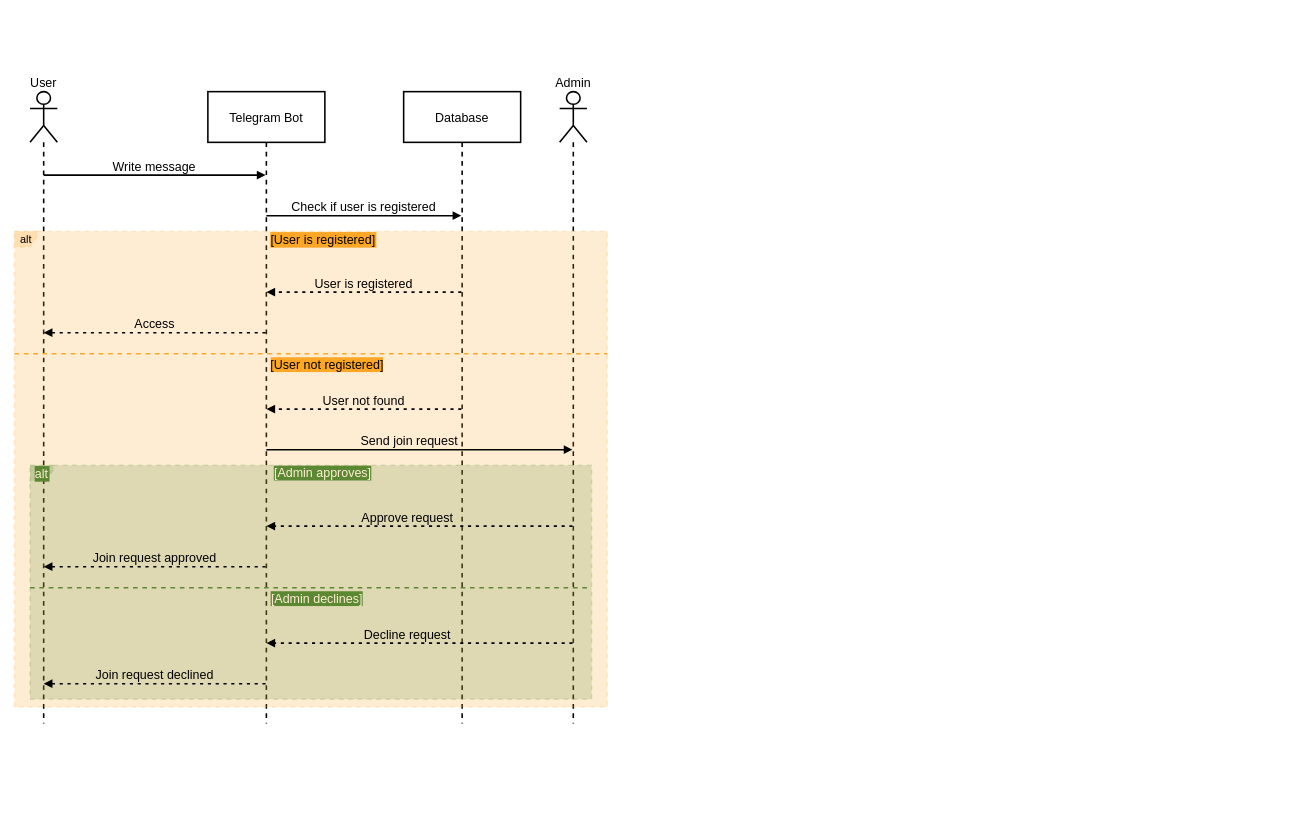
The draw.io diagram page "Sequences" (3 of 5) of Diagrams/Diagrams.drawio in kamen4/SmartCactus, before the edit. Source tidied: cells renumbered, new cells numbered last; positions are measured from the earlier drawing's top-left corner, leaving out a move shared by most shapes. Both pictures are drawn from the tidied source at 78%, with x=0, y=0 at pixel (14, 91).
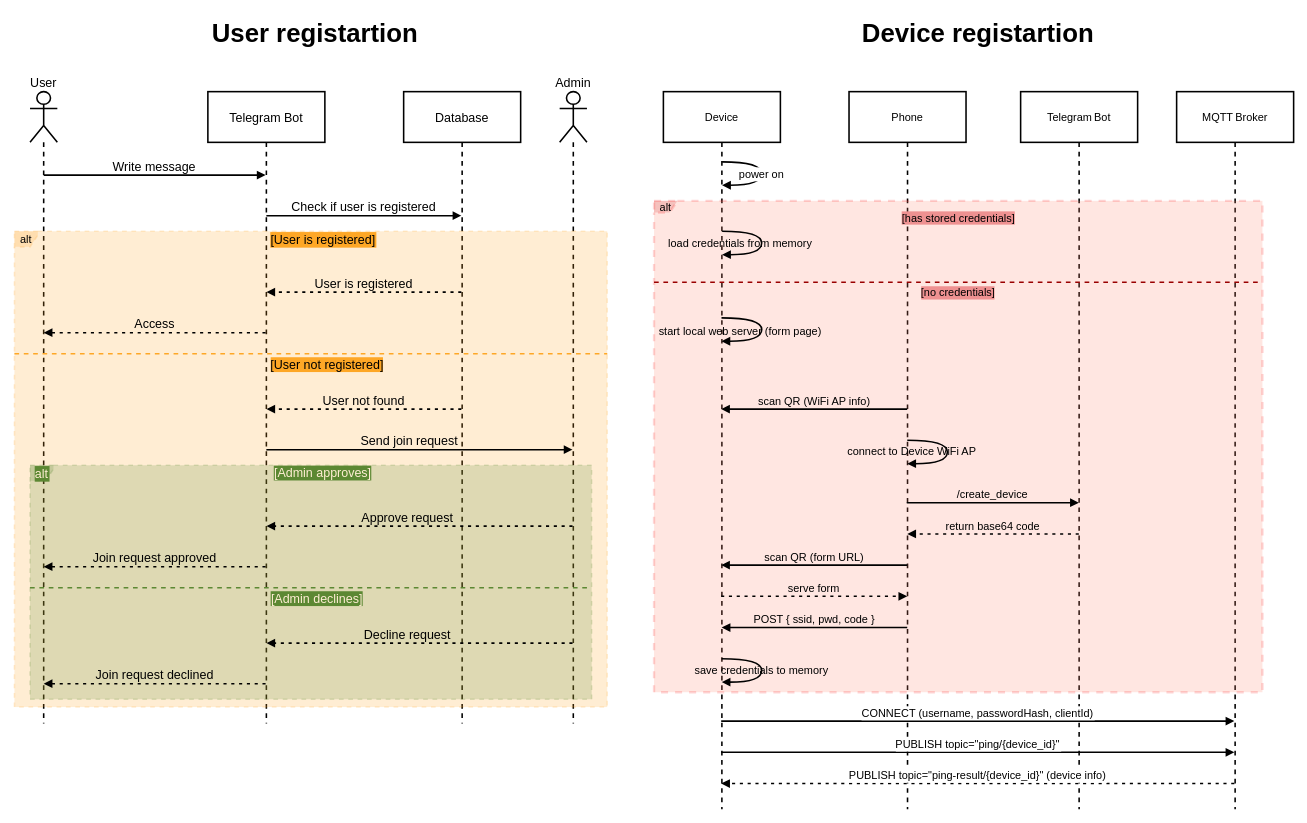
The same diagram, later.

Commit message (it also covers changes not shown here):
FIX config Save/Load

Change to the diagram source:
```diff
@@
+    <mxCell id="22" value="&lt;b&gt;&lt;font style=&quot;font-size: 33px;&quot;&gt;User registartion&lt;/font&gt;&lt;/b&gt;" style="text;html=1;align=center;verticalAlign=middle;strokeColor=none;fillColor=none;" parent="1" vertex="1">
+      <mxGeometry x="240" y="-100" width="290" height="50" as="geometry" />
+    </mxCell>
+    <mxCell id="23" value="&lt;b&gt;&lt;font style=&quot;font-size: 33px;&quot;&gt;Device registartion&lt;/font&gt;&lt;/b&gt;" style="text;html=1;align=center;verticalAlign=middle;strokeColor=none;fillColor=none;" parent="1" vertex="1">
+      <mxGeometry x="1075" y="-100" width="320" height="50" as="geometry" />
+    </mxCell>
+    <mxCell id="24" value="Device" style="shape=umlLifeline;perimeter=lifelinePerimeter;whiteSpace=wrap;newEdgeStyle={&quot;edgeStyle&quot;:&quot;elbowEdgeStyle&quot;,&quot;elbow&quot;:&quot;vertical&quot;,&quot;curved&quot;:0,&quot;rounded&quot;:0};size=65;strokeWidth=2;fontSize=14;fontStyle=0;" parent="1" vertex="1">
+      <mxGeometry x="832" width="150" height="920" as="geometry" />
+    </mxCell>
+    <mxCell id="25" value="Phone" style="shape=umlLifeline;perimeter=lifelinePerimeter;whiteSpace=wrap;newEdgeStyle={&quot;edgeStyle&quot;:&quot;elbowEdgeStyle&quot;,&quot;elbow&quot;:&quot;vertical&quot;,&quot;curved&quot;:0,&quot;rounded&quot;:0};size=65;strokeWidth=2;fontSize=14;fontStyle=0;" parent="1" vertex="1">
+      <mxGeometry x="1070" width="150" height="920" as="geometry" />
+    </mxCell>
+    <mxCell id="26" value="Telegram Bot" style="shape=umlLifeline;perimeter=lifelinePerimeter;whiteSpace=wrap;newEdgeStyle={&quot;edgeStyle&quot;:&quot;elbowEdgeStyle&quot;,&quot;elbow&quot;:&quot;vertical&quot;,&quot;curved&quot;:0,&quot;rounded&quot;:0};size=65;strokeWidth=2;fontSize=14;fontStyle=0;" parent="1" vertex="1">
+      <mxGeometry x="1290" width="150" height="920" as="geometry" />
+    </mxCell>
+    <mxCell id="27" value="MQTT Broker" style="shape=umlLifeline;perimeter=lifelinePerimeter;whiteSpace=wrap;newEdgeStyle={&quot;edgeStyle&quot;:&quot;elbowEdgeStyle&quot;,&quot;elbow&quot;:&quot;vertical&quot;,&quot;curved&quot;:0,&quot;rounded&quot;:0};size=65;strokeWidth=2;fontSize=14;fontStyle=0;" parent="1" vertex="1">
+      <mxGeometry x="1490" width="150" height="920" as="geometry" />
+    </mxCell>
+    <mxCell id="28" style="group;" parent="1" vertex="1">
+      <mxGeometry x="820" y="90" width="780" height="797" as="geometry" />
+    </mxCell>
+    <mxCell id="29" value="alt" style="shape=umlFrame;dashed=1;height=15;width=30;strokeWidth=3;fontSize=14;fontStyle=0;fillColor=light-dark(#cd2d2d, #36210a);strokeColor=light-dark(#fb2d2d, #ededed);swimlaneFillColor=#FF8368;opacity=20;" parent="28" vertex="1">
+      <mxGeometry y="50" width="780" height="630" as="geometry" />
+    </mxCell>
+    <mxCell id="30" value="[has stored credentials]" style="text;strokeColor=none;fillColor=none;align=center;verticalAlign=middle;whiteSpace=wrap;strokeWidth=2;fontSize=14;fontStyle=0;labelBackgroundColor=#EE9191;" parent="29" vertex="1">
+      <mxGeometry x="45.7" width="688.6" height="44.1" as="geometry" />
+    </mxCell>
+    <mxCell id="31" value="power on" style="curved=1;endArrow=block;rounded=0;strokeWidth=2;fontSize=14;fontStyle=0;" parent="28" edge="1">
+      <mxGeometry relative="1" as="geometry">
+        <mxPoint x="87.3" as="sourcePoint" />
+        <mxPoint x="87.3" y="30" as="targetPoint" />
+        <Array as="points">
+          <mxPoint x="138" />
+          <mxPoint x="138" y="30" />
+        </Array>
+      </mxGeometry>
+    </mxCell>
+    <mxCell id="32" value="load credentials from memory" style="curved=1;endArrow=block;rounded=0;strokeWidth=2;fontSize=14;fontStyle=0;labelBackgroundColor=none;" parent="28" edge="1">
+      <mxGeometry x="0.64" y="-15" relative="1" as="geometry">
+        <mxPoint x="87.3" y="89" as="sourcePoint" />
+        <mxPoint x="87.3" y="119" as="targetPoint" />
+        <Array as="points">
+          <mxPoint x="138" y="89" />
+          <mxPoint x="138" y="119" />
+        </Array>
+      </mxGeometry>
+    </mxCell>
+    <mxCell id="33" value="start local web server (form page)" style="curved=1;endArrow=block;rounded=0;strokeWidth=2;fontSize=14;fontStyle=0;labelBackgroundColor=none;" parent="28" edge="1">
+      <mxGeometry x="0.64" y="-13" relative="1" as="geometry">
+        <mxPoint x="86.5" y="200" as="sourcePoint" />
+        <mxPoint x="86.5" y="230" as="targetPoint" />
+        <Array as="points">
+          <mxPoint x="138.1" y="200" />
+          <mxPoint x="138.1" y="230" />
+        </Array>
+      </mxGeometry>
+    </mxCell>
+    <mxCell id="34" value="scan QR (WiFi AP info)" style="verticalAlign=bottom;edgeStyle=elbowEdgeStyle;elbow=vertical;curved=0;rounded=0;endArrow=block;strokeWidth=2;fontSize=14;fontStyle=0;labelBackgroundColor=none;" parent="28" edge="1">
+      <mxGeometry relative="1" as="geometry">
+        <mxPoint x="324.6" y="317" as="sourcePoint" />
+        <mxPoint x="86" y="317" as="targetPoint" />
+        <Array as="points">
+          <mxPoint x="218.1" y="317" />
+        </Array>
+      </mxGeometry>
+    </mxCell>
+    <mxCell id="35" value="connect to Device WiFi AP" style="curved=1;endArrow=block;rounded=0;strokeWidth=2;fontSize=14;fontStyle=0;labelBackgroundColor=none;" parent="28" edge="1">
+      <mxGeometry x="-0.91" y="-13" relative="1" as="geometry">
+        <mxPoint x="324.7" y="357" as="sourcePoint" />
+        <mxPoint x="324.7" y="387" as="targetPoint" />
+        <Array as="points">
+          <mxPoint x="376.1" y="357" />
+          <mxPoint x="376.1" y="387" />
+        </Array>
+      </mxGeometry>
+    </mxCell>
+    <mxCell id="36" value="/create_device" style="verticalAlign=bottom;edgeStyle=elbowEdgeStyle;elbow=vertical;curved=0;rounded=0;endArrow=block;strokeWidth=2;fontSize=14;fontStyle=0;labelBackgroundColor=none;" parent="28" edge="1">
+      <mxGeometry relative="1" as="geometry">
+        <mxPoint x="324" y="437" as="sourcePoint" />
+        <mxPoint x="544.6" y="437" as="targetPoint" />
+        <Array as="points">
+          <mxPoint x="458.1" y="437" />
+        </Array>
+      </mxGeometry>
+    </mxCell>
+    <mxCell id="37" value="return base64 code" style="verticalAlign=bottom;edgeStyle=elbowEdgeStyle;elbow=horizontal;curved=0;rounded=0;dashed=1;dashPattern=2 3;endArrow=block;strokeWidth=2;fontSize=14;fontStyle=0;labelBackgroundColor=none;" parent="28" edge="1">
+      <mxGeometry relative="1" as="geometry">
+        <mxPoint x="544.6" y="477" as="sourcePoint" />
+        <mxPoint x="324.7" y="477" as="targetPoint" />
+        <Array as="points">
+          <mxPoint x="420.1" y="477" />
+          <mxPoint x="461.1" y="498" />
+        </Array>
+      </mxGeometry>
+    </mxCell>
+    <mxCell id="38" value="scan QR (form URL)" style="verticalAlign=bottom;edgeStyle=elbowEdgeStyle;elbow=vertical;curved=0;rounded=0;endArrow=block;strokeWidth=2;fontSize=14;fontStyle=0;labelBackgroundColor=none;" parent="28" edge="1">
+      <mxGeometry relative="1" as="geometry">
+        <mxPoint x="324.6" y="517" as="sourcePoint" />
+        <mxPoint x="86" y="517" as="targetPoint" />
+        <Array as="points">
+          <mxPoint x="218.1" y="517" />
+        </Array>
+      </mxGeometry>
+    </mxCell>
+    <mxCell id="39" value="serve form" style="verticalAlign=bottom;edgeStyle=elbowEdgeStyle;elbow=vertical;curved=0;rounded=0;dashed=1;dashPattern=2 3;endArrow=block;strokeWidth=2;fontSize=14;fontStyle=0;labelBackgroundColor=none;" parent="28" edge="1">
+      <mxGeometry relative="1" as="geometry">
+        <mxPoint x="86" y="557" as="sourcePoint" />
+        <mxPoint x="324.6" y="557" as="targetPoint" />
+        <Array as="points">
+          <mxPoint x="215.1" y="557" />
+        </Array>
+      </mxGeometry>
+    </mxCell>
+    <mxCell id="40" value="POST { ssid, pwd, code }" style="verticalAlign=bottom;edgeStyle=elbowEdgeStyle;elbow=vertical;curved=0;rounded=0;endArrow=block;strokeWidth=2;fontSize=14;fontStyle=0;labelBackgroundColor=none;" parent="28" edge="1">
+      <mxGeometry relative="1" as="geometry">
+        <mxPoint x="324.6" y="597" as="sourcePoint" />
+        <mxPoint x="86.7" y="597" as="targetPoint" />
+        <Array as="points">
+          <mxPoint x="218.1" y="597" />
+        </Array>
+      </mxGeometry>
+    </mxCell>
+    <mxCell id="41" value="save credentials to memory" style="curved=1;endArrow=block;rounded=0;strokeWidth=2;fontSize=14;fontStyle=0;labelBackgroundColor=none;" parent="28" edge="1">
+      <mxGeometry relative="1" as="geometry">
+        <mxPoint x="86.7" y="637" as="sourcePoint" />
+        <mxPoint x="86.7" y="667" as="targetPoint" />
+        <Array as="points">
+          <mxPoint x="138.1" y="637" />
+          <mxPoint x="138.1" y="667" />
+        </Array>
+      </mxGeometry>
+    </mxCell>
+    <mxCell id="42" value="CONNECT (username, passwordHash, clientId)" style="verticalAlign=bottom;edgeStyle=elbowEdgeStyle;elbow=vertical;curved=0;rounded=0;endArrow=block;strokeWidth=2;fontSize=14;fontStyle=0;" parent="28" edge="1">
+      <mxGeometry relative="1" as="geometry">
+        <mxPoint x="86.1" y="717" as="sourcePoint" />
+        <mxPoint x="744" y="717" as="targetPoint" />
+        <Array as="points">
+          <mxPoint x="438.5" y="717" />
+        </Array>
+      </mxGeometry>
+    </mxCell>
+    <mxCell id="43" value="PUBLISH topic=&quot;ping/{device_id}&quot;" style="verticalAlign=bottom;edgeStyle=elbowEdgeStyle;elbow=vertical;curved=0;rounded=0;endArrow=block;strokeWidth=2;fontSize=14;fontStyle=0;" parent="28" edge="1">
+      <mxGeometry relative="1" as="geometry">
+        <mxPoint x="86.1" y="757" as="sourcePoint" />
+        <mxPoint x="744" y="757" as="targetPoint" />
+        <Array as="points">
+          <mxPoint x="438.5" y="757" />
+        </Array>
+      </mxGeometry>
+    </mxCell>
+    <mxCell id="44" value="PUBLISH topic=&quot;ping-result/{device_id}&quot; (device info)" style="verticalAlign=bottom;edgeStyle=elbowEdgeStyle;elbow=vertical;curved=0;rounded=0;dashed=1;dashPattern=2 3;endArrow=block;strokeWidth=2;fontSize=14;fontStyle=0;" parent="28" edge="1">
+      <mxGeometry relative="1" as="geometry">
+        <mxPoint x="744" y="797" as="sourcePoint" />
+        <mxPoint x="86.1" y="797" as="targetPoint" />
+        <Array as="points">
+          <mxPoint x="439.5" y="797" />
+        </Array>
+      </mxGeometry>
+    </mxCell>
+    <mxCell id="45" value="[no credentials]" style="shape=line;dashed=1;whiteSpace=wrap;verticalAlign=top;labelPosition=center;verticalLabelPosition=middle;align=center;strokeColor=#990000;strokeWidth=2;fontSize=14;fontStyle=0;labelBackgroundColor=light-dark(#EE9191,#EDEDED);spacingTop=3;" parent="28" vertex="1">
+      <mxGeometry y="150" width="780" height="8.8" as="geometry" />
+    </mxCell>
```
